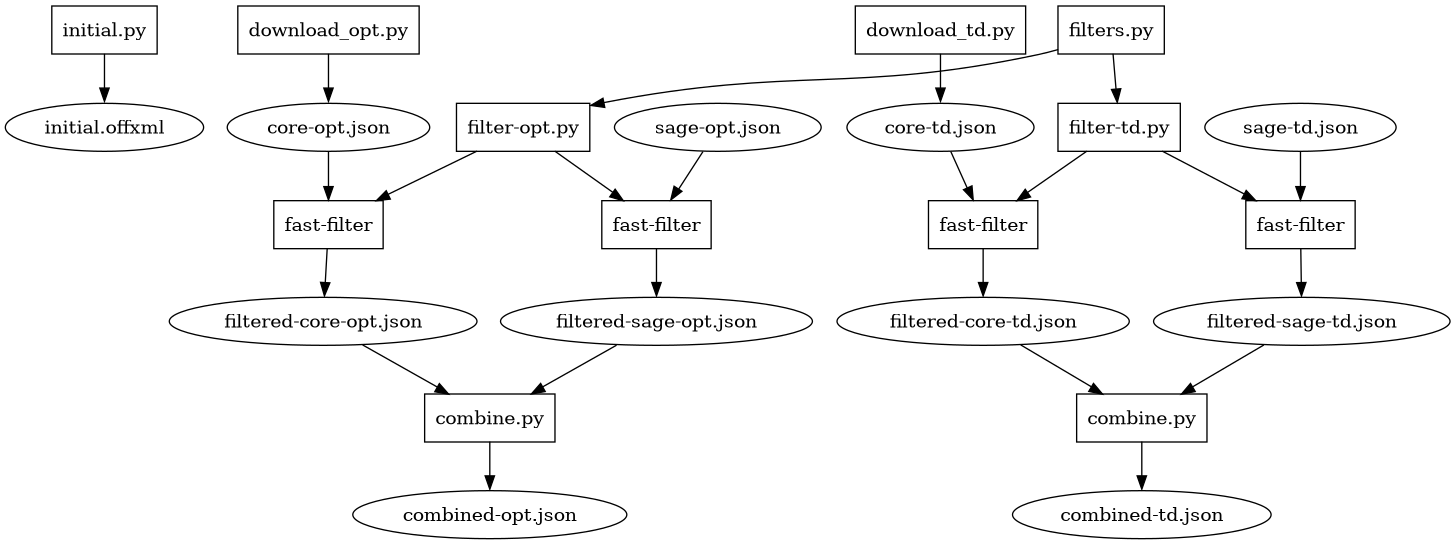
Earlier version of the Graphviz export graph/graph.png (ntBre/valence-fitting). Its source is kept beside it as graph/graph.dot.
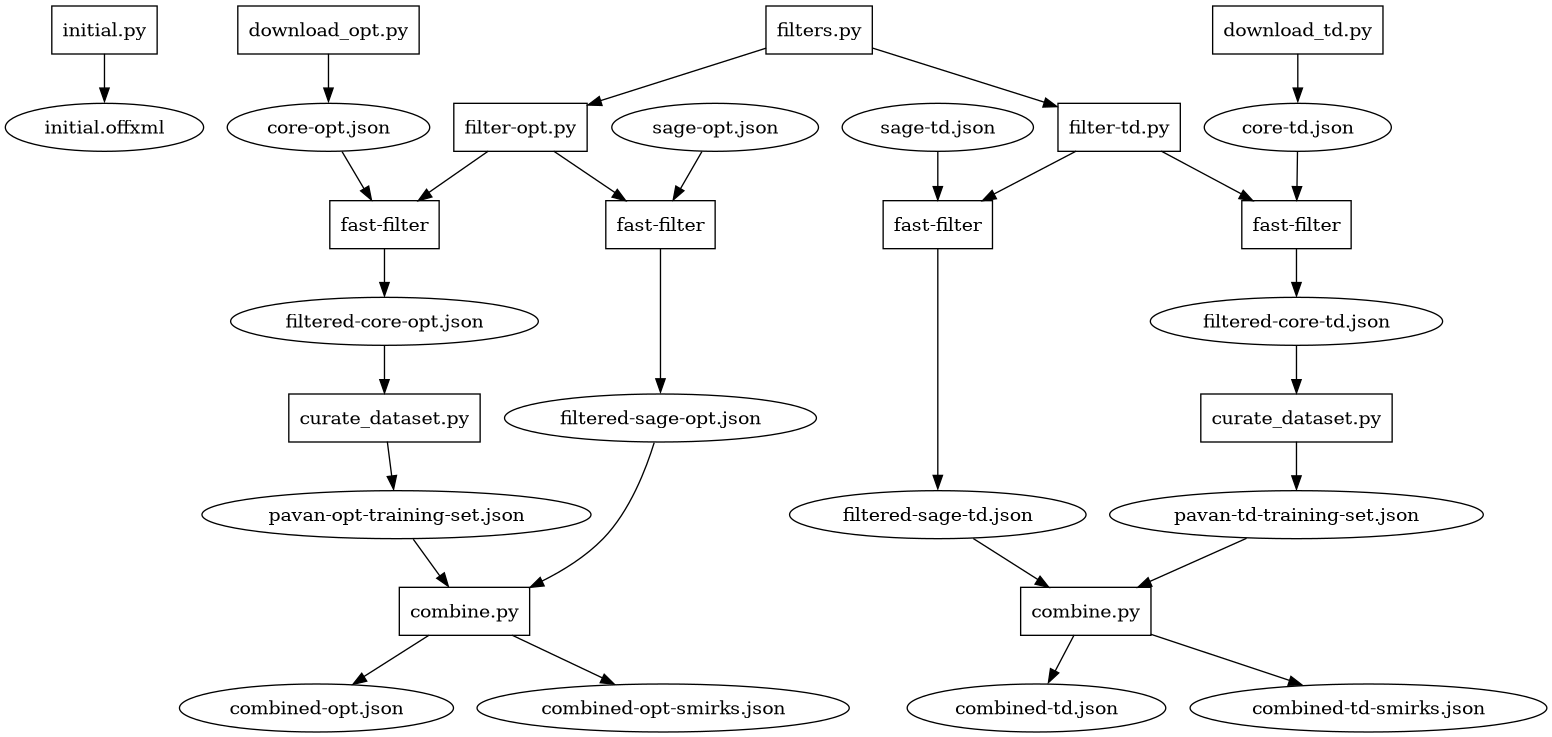
Above is the later version.

Commit message:
update graph to reflect deleting intermediate smirks

Change to the diagram source:
```diff
@@ -13,6 +13,8 @@
     ff_td_sage [label="fast-filter", shape=record]
     combine_opt [label="combine.py", shape=record]
     combine_td [label="combine.py", shape=record]
+    curate_opt [label="curate_dataset.py", shape=record]
+    curate_td [label="curate_dataset.py", shape=record]
 
     "initial.py" -> "initial.offxml"
 
@@ -32,10 +34,20 @@
     { "sage-td.json", filter_td } -> ff_td_sage
     ff_td_sage -> "filtered-sage-td.json"
 
-    { "filtered-core-opt.json", "filtered-sage-opt.json" } -> combine_opt ->
-    "combined-opt.json"
 
-    { "filtered-core-td.json", "filtered-sage-td.json" } -> combine_td ->
-    "combined-td.json"
+    { "filtered-core-opt.json" } -> curate_opt -> {
+    "pavan-opt-training-set.json" }
+
+
+    { "filtered-core-td.json" } -> curate_td -> { "pavan-td-training-set.json" }
+
+
+    { "pavan-opt-training-set.json", "filtered-sage-opt.json" } -> combine_opt
+
+    { "pavan-td-training-set.json", "filtered-sage-td.json" } -> combine_td
+
+    combine_opt -> { "combined-opt.json", "combined-opt-smirks.json" }
+
+    combine_td -> { "combined-td.json", "combined-td-smirks.json" }
 
 }
```
